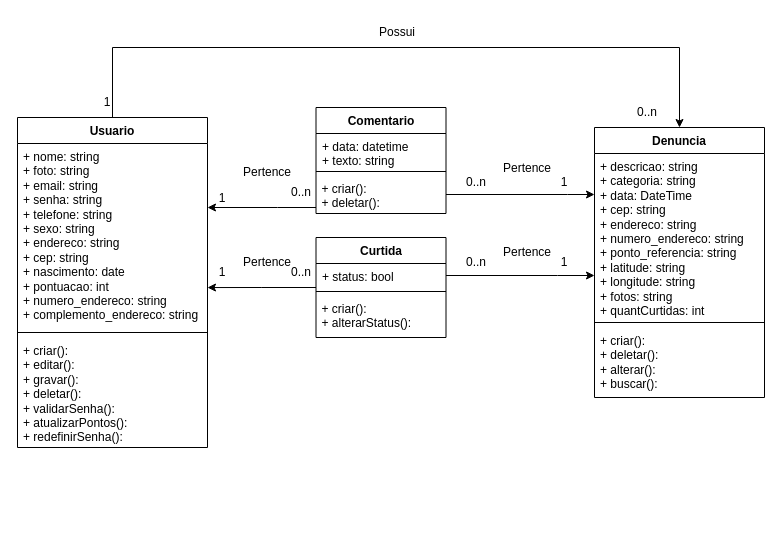
frsouzaa/Documentacao-TCC-NossaVia keeps this draw.io diagram as Documentação/Diagramas/Diagrama de Classes.drawio. Above is the earlier version. Source tidied: cells renumbered, new cells numbered last; positions are measured from the earlier drawing's top-left corner, leaving out a move shared by most shapes. Both pictures are drawn from the tidied source at 100%, with x=0, y=0 at pixel (17, 17).
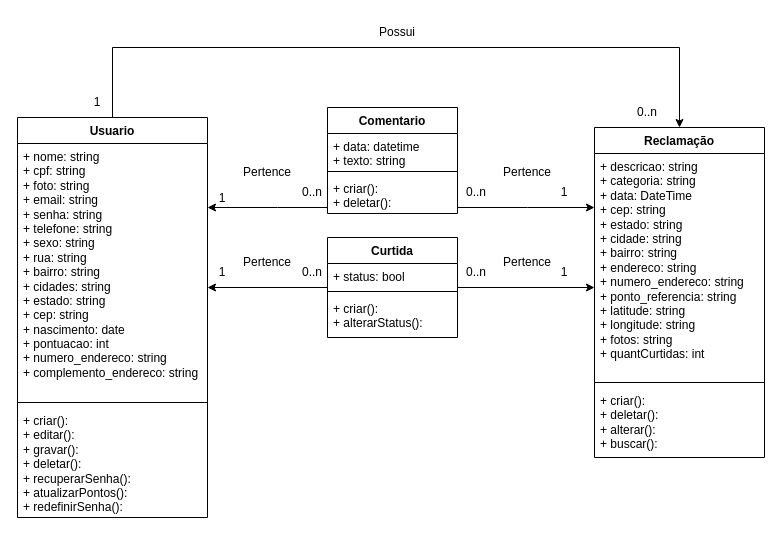
The same page after the edit.

Unchanged cells that the change refers to:
```xml
<mxCell id="13" value="+ criar():&#10;+ deletar(): " style="text;align=left;verticalAlign=top;spacingLeft=4;spacingRight=4;overflow=hidden;points=[[0,0.5],[1,0.5]];portConstraint=eastwest;" parent="10" vertex="1">
  <mxGeometry y="68" width="130" height="38" as="geometry" />
</mxCell>
<mxCell id="17" value="+ status: bool" style="text;strokeColor=none;fillColor=none;align=left;verticalAlign=top;spacingLeft=4;spacingRight=4;overflow=hidden;points=[[0,0.5],[1,0.5]];portConstraint=eastwest;whiteSpace=wrap;html=1;" parent="16" vertex="1">
  <mxGeometry y="26" width="130" height="24" as="geometry" />
</mxCell>
```

The edit, as a diff of the source:
```diff
@@
     <mxCell id="2" value="Usuario" style="swimlane;fontStyle=1;align=center;verticalAlign=top;horizontal=1;startSize=26;whiteSpace=wrap;html=1;" parent="1" vertex="1">
-      <mxGeometry y="100" width="190" height="330" as="geometry" />
+      <mxGeometry y="100" width="190" height="400" as="geometry" />
     </mxCell>
-    <mxCell id="3" value="&lt;span style=&quot;text-wrap: nowrap;&quot;&gt;+ nome: string&lt;/span&gt;&lt;br style=&quot;padding: 0px; margin: 0px; text-wrap: nowrap;&quot;&gt;&lt;span style=&quot;text-wrap: nowrap;&quot;&gt;+ foto: string&lt;/span&gt;&lt;br style=&quot;padding: 0px; margin: 0px; text-wrap: nowrap;&quot;&gt;&lt;span style=&quot;text-wrap: nowrap;&quot;&gt;+ email: string&lt;/span&gt;&lt;br style=&quot;padding: 0px; margin: 0px; text-wrap: nowrap;&quot;&gt;&lt;span style=&quot;text-wrap: nowrap;&quot;&gt;+ senha: string&lt;/span&gt;&lt;br style=&quot;padding: 0px; margin: 0px; text-wrap: nowrap;&quot;&gt;&lt;span style=&quot;text-wrap: nowrap;&quot;&gt;+ telefone: string&lt;/span&gt;&lt;br style=&quot;padding: 0px; margin: 0px; text-wrap: nowrap;&quot;&gt;&lt;span style=&quot;text-wrap: nowrap;&quot;&gt;+ sexo: string&lt;/span&gt;&lt;br style=&quot;padding: 0px; margin: 0px; text-wrap: nowrap;&quot;&gt;&lt;span style=&quot;text-wrap: nowrap;&quot;&gt;+ endereco: string&lt;/span&gt;&lt;br style=&quot;padding: 0px; margin: 0px; text-wrap: nowrap;&quot;&gt;&lt;span style=&quot;text-wrap: nowrap;&quot;&gt;+ cep: string&lt;/span&gt;&lt;br style=&quot;padding: 0px; margin: 0px; text-wrap: nowrap;&quot;&gt;&lt;span style=&quot;text-wrap: nowrap;&quot;&gt;+ nascimento: date&lt;/span&gt;&lt;br style=&quot;padding: 0px; margin: 0px; text-wrap: nowrap;&quot;&gt;&lt;span style=&quot;text-wrap: nowrap;&quot;&gt;+ pontuacao: int&lt;/span&gt;&lt;div&gt;&lt;span style=&quot;text-wrap: nowrap;&quot;&gt;+ numero_endereco: string&lt;/span&gt;&lt;span style=&quot;text-wrap: nowrap;&quot;&gt;&lt;br&gt;&lt;/span&gt;&lt;/div&gt;&lt;div&gt;&lt;span style=&quot;text-wrap: nowrap;&quot;&gt;+ complemento_endereco: string&lt;/span&gt;&lt;span style=&quot;text-wrap: nowrap;&quot;&gt;&lt;br&gt;&lt;/span&gt;&lt;/div&gt;" style="text;strokeColor=none;fillColor=none;align=left;verticalAlign=top;spacingLeft=4;spacingRight=4;overflow=hidden;points=[[0,0.5],[1,0.5]];portConstraint=eastwest;whiteSpace=wrap;html=1;" parent="2" vertex="1">
-      <mxGeometry y="26" width="190" height="184" as="geometry" />
+    <mxCell id="3" value="&lt;span style=&quot;text-wrap: nowrap;&quot;&gt;+ nome: string&lt;/span&gt;&lt;div&gt;+ cpf: string&lt;br style=&quot;padding: 0px; margin: 0px; text-wrap: nowrap;&quot;&gt;&lt;span style=&quot;text-wrap: nowrap;&quot;&gt;+ foto: string&lt;/span&gt;&lt;br style=&quot;padding: 0px; margin: 0px; text-wrap: nowrap;&quot;&gt;&lt;span style=&quot;text-wrap: nowrap;&quot;&gt;+ email: string&lt;/span&gt;&lt;br style=&quot;padding: 0px; margin: 0px; text-wrap: nowrap;&quot;&gt;&lt;span style=&quot;text-wrap: nowrap;&quot;&gt;+ senha: string&lt;/span&gt;&lt;br style=&quot;padding: 0px; margin: 0px; text-wrap: nowrap;&quot;&gt;&lt;span style=&quot;text-wrap: nowrap;&quot;&gt;+ telefone: string&lt;/span&gt;&lt;br style=&quot;padding: 0px; margin: 0px; text-wrap: nowrap;&quot;&gt;&lt;span style=&quot;text-wrap: nowrap;&quot;&gt;+ sexo: string&lt;/span&gt;&lt;br style=&quot;padding: 0px; margin: 0px; text-wrap: nowrap;&quot;&gt;&lt;span style=&quot;text-wrap: nowrap;&quot;&gt;+ rua: string&lt;/span&gt;&lt;/div&gt;&lt;div&gt;&lt;span style=&quot;text-wrap: nowrap;&quot;&gt;+ bairro: string&lt;/span&gt;&lt;/div&gt;&lt;div&gt;+ cidades: string&lt;/div&gt;&lt;div&gt;+ estado: string&lt;br style=&quot;padding: 0px; margin: 0px;&quot;&gt;&lt;span style=&quot;text-wrap: nowrap;&quot;&gt;+ cep: string&lt;/span&gt;&lt;br style=&quot;padding: 0px; margin: 0px; text-wrap: nowrap;&quot;&gt;&lt;span style=&quot;text-wrap: nowrap;&quot;&gt;+ nascimento: date&lt;/span&gt;&lt;br style=&quot;padding: 0px; margin: 0px; text-wrap: nowrap;&quot;&gt;&lt;span style=&quot;text-wrap: nowrap;&quot;&gt;+ pontuacao: int&lt;/span&gt;&lt;div&gt;&lt;span style=&quot;text-wrap: nowrap;&quot;&gt;+ numero_endereco: string&lt;/span&gt;&lt;span style=&quot;text-wrap: nowrap;&quot;&gt;&lt;br&gt;&lt;/span&gt;&lt;/div&gt;&lt;div&gt;&lt;span style=&quot;text-wrap: nowrap;&quot;&gt;+ complemento_endereco: string&lt;/span&gt;&lt;span style=&quot;text-wrap: nowrap;&quot;&gt;&lt;br&gt;&lt;/span&gt;&lt;/div&gt;&lt;/div&gt;" style="text;strokeColor=none;fillColor=none;align=left;verticalAlign=top;spacingLeft=4;spacingRight=4;overflow=hidden;points=[[0,0.5],[1,0.5]];portConstraint=eastwest;whiteSpace=wrap;html=1;" parent="2" vertex="1">
+      <mxGeometry y="26" width="190" height="254" as="geometry" />
     </mxCell>
     <mxCell id="4" style="line;strokeWidth=1;fillColor=none;align=left;verticalAlign=middle;spacingTop=-1;spacingLeft=3;spacingRight=3;labelPosition=right;strokeColor=inherit;" parent="2" vertex="1">
-      <mxGeometry y="210" width="190" height="10" as="geometry" />
+      <mxGeometry y="280" width="190" height="10" as="geometry" />
     </mxCell>
-    <mxCell id="5" value="&lt;span style=&quot;text-wrap: nowrap;&quot;&gt;+ criar():&lt;/span&gt;&lt;br style=&quot;padding: 0px; margin: 0px; text-wrap: nowrap;&quot;&gt;&lt;span style=&quot;text-wrap: nowrap;&quot;&gt;+ editar():&amp;nbsp;&lt;/span&gt;&lt;br style=&quot;padding: 0px; margin: 0px; text-wrap: nowrap;&quot;&gt;&lt;span style=&quot;text-wrap: nowrap;&quot;&gt;+ gravar():&lt;/span&gt;&lt;br style=&quot;padding: 0px; margin: 0px; text-wrap: nowrap;&quot;&gt;&lt;span style=&quot;text-wrap: nowrap;&quot;&gt;+ deletar():&amp;nbsp;&lt;/span&gt;&lt;br style=&quot;padding: 0px; margin: 0px; text-wrap: nowrap;&quot;&gt;&lt;span style=&quot;text-wrap: nowrap;&quot;&gt;+ validarSenha():&lt;/span&gt;&lt;br style=&quot;padding: 0px; margin: 0px; text-wrap: nowrap;&quot;&gt;&lt;span style=&quot;text-wrap: nowrap;&quot;&gt;+ atualizarPontos():&lt;/span&gt;&lt;br&gt;&lt;div&gt;&lt;span style=&quot;text-wrap: nowrap;&quot;&gt;+ redefinirSenha():&lt;/span&gt;&lt;span style=&quot;text-wrap: nowrap;&quot;&gt;&lt;br&gt;&lt;/span&gt;&lt;/div&gt;" style="text;strokeColor=none;fillColor=none;align=left;verticalAlign=top;spacingLeft=4;spacingRight=4;overflow=hidden;whiteSpace=wrap;html=1;" parent="2" vertex="1">
-      <mxGeometry y="220" width="190" height="110" as="geometry" />
+    <mxCell id="5" value="&lt;span style=&quot;text-wrap: nowrap;&quot;&gt;+ criar():&lt;/span&gt;&lt;br style=&quot;padding: 0px; margin: 0px; text-wrap: nowrap;&quot;&gt;&lt;span style=&quot;text-wrap: nowrap;&quot;&gt;+ editar():&amp;nbsp;&lt;/span&gt;&lt;br style=&quot;padding: 0px; margin: 0px; text-wrap: nowrap;&quot;&gt;&lt;span style=&quot;text-wrap: nowrap;&quot;&gt;+ gravar():&lt;/span&gt;&lt;br style=&quot;padding: 0px; margin: 0px; text-wrap: nowrap;&quot;&gt;&lt;span style=&quot;text-wrap: nowrap;&quot;&gt;+ deletar():&amp;nbsp;&lt;/span&gt;&lt;br style=&quot;padding: 0px; margin: 0px; text-wrap: nowrap;&quot;&gt;&lt;span style=&quot;text-wrap: nowrap;&quot;&gt;+ recuperarSenha():&lt;/span&gt;&lt;br style=&quot;padding: 0px; margin: 0px; text-wrap: nowrap;&quot;&gt;&lt;span style=&quot;text-wrap: nowrap;&quot;&gt;+ atualizarPontos():&lt;/span&gt;&lt;br&gt;&lt;div&gt;&lt;span style=&quot;text-wrap: nowrap;&quot;&gt;+ redefinirSenha():&lt;/span&gt;&lt;span style=&quot;text-wrap: nowrap;&quot;&gt;&lt;br&gt;&lt;/span&gt;&lt;/div&gt;" style="text;strokeColor=none;fillColor=none;align=left;verticalAlign=top;spacingLeft=4;spacingRight=4;overflow=hidden;whiteSpace=wrap;html=1;" parent="2" vertex="1">
+      <mxGeometry y="290" width="190" height="110" as="geometry" />
     </mxCell>
-    <mxCell id="6" value="Denuncia" style="swimlane;fontStyle=1;align=center;verticalAlign=top;horizontal=1;startSize=26;whiteSpace=wrap;html=1;" parent="1" vertex="1">
-      <mxGeometry x="577" y="110" width="170" height="270" as="geometry" />
+    <mxCell id="6" value="Reclamação" style="swimlane;fontStyle=1;align=center;verticalAlign=top;horizontal=1;startSize=26;whiteSpace=wrap;html=1;" parent="1" vertex="1">
+      <mxGeometry x="577" y="110" width="170" height="330" as="geometry" />
     </mxCell>
-    <mxCell id="7" value="&lt;div&gt;&lt;span style=&quot;text-wrap: nowrap;&quot;&gt;+ descricao: string&lt;/span&gt;&lt;br style=&quot;padding: 0px; margin: 0px; text-wrap: nowrap;&quot;&gt;&lt;span style=&quot;text-wrap: nowrap;&quot;&gt;+ categoria: string&lt;/span&gt;&lt;br style=&quot;padding: 0px; margin: 0px; text-wrap: nowrap;&quot;&gt;&lt;span style=&quot;text-wrap: nowrap;&quot;&gt;+ data: DateTime&lt;/span&gt;&lt;/div&gt;&lt;div&gt;+&amp;nbsp;&lt;span style=&quot;text-wrap: nowrap; background-color: initial;&quot;&gt;cep: string&lt;/span&gt;&lt;/div&gt;&lt;div&gt;&lt;span style=&quot;text-wrap: nowrap;&quot;&gt;+ endereco: string&lt;/span&gt;&lt;br style=&quot;text-wrap: nowrap;&quot;&gt;&lt;span style=&quot;text-wrap: nowrap;&quot;&gt;+ numero_endereco: string&lt;/span&gt;&lt;/div&gt;&lt;div&gt;&lt;span style=&quot;text-wrap: nowrap;&quot;&gt;+&amp;nbsp;&lt;/span&gt;&lt;span style=&quot;text-wrap: nowrap; background-color: initial;&quot;&gt;ponto_referencia: string&lt;/span&gt;&lt;br style=&quot;padding: 0px; margin: 0px; text-wrap: nowrap;&quot;&gt;&lt;span style=&quot;text-wrap: nowrap;&quot;&gt;+ latitude: string&lt;/span&gt;&lt;br style=&quot;padding: 0px; margin: 0px; text-wrap: nowrap;&quot;&gt;&lt;span style=&quot;text-wrap: nowrap;&quot;&gt;+ longitude: string&lt;/span&gt;&lt;br style=&quot;padding: 0px; margin: 0px; text-wrap: nowrap;&quot;&gt;&lt;span style=&quot;text-wrap: nowrap;&quot;&gt;+ fotos: string&lt;/span&gt;&lt;br style=&quot;padding: 0px; margin: 0px; text-wrap: nowrap;&quot;&gt;&lt;span style=&quot;text-wrap: nowrap;&quot;&gt;+ quantCurtidas: int&lt;/span&gt;&lt;br&gt;&lt;/div&gt;" style="text;strokeColor=none;fillColor=none;align=left;verticalAlign=top;spacingLeft=4;spacingRight=4;overflow=hidden;whiteSpace=wrap;html=1;" parent="6" vertex="1">
-      <mxGeometry y="26" width="170" height="164" as="geometry" />
+    <mxCell id="7" value="&lt;div&gt;&lt;span style=&quot;text-wrap: nowrap;&quot;&gt;+ descricao: string&lt;/span&gt;&lt;br style=&quot;padding: 0px; margin: 0px; text-wrap: nowrap;&quot;&gt;&lt;span style=&quot;text-wrap: nowrap;&quot;&gt;+ categoria: string&lt;/span&gt;&lt;br style=&quot;padding: 0px; margin: 0px; text-wrap: nowrap;&quot;&gt;&lt;span style=&quot;text-wrap: nowrap;&quot;&gt;+ data: DateTime&lt;/span&gt;&lt;/div&gt;&lt;div&gt;+&amp;nbsp;&lt;span style=&quot;text-wrap: nowrap; background-color: initial;&quot;&gt;cep: string&lt;/span&gt;&lt;/div&gt;&lt;div&gt;&lt;span style=&quot;text-wrap: nowrap; background-color: initial;&quot;&gt;+ estado: string&lt;/span&gt;&lt;/div&gt;&lt;div&gt;&lt;span style=&quot;text-wrap: nowrap; background-color: initial;&quot;&gt;+ cidade: string&lt;/span&gt;&lt;/div&gt;&lt;div&gt;&lt;span style=&quot;text-wrap: nowrap; background-color: initial;&quot;&gt;+ bairro: string&lt;/span&gt;&lt;/div&gt;&lt;div&gt;&lt;span style=&quot;text-wrap: nowrap;&quot;&gt;+ endereco: string&lt;/span&gt;&lt;br style=&quot;text-wrap: nowrap;&quot;&gt;&lt;span style=&quot;text-wrap: nowrap;&quot;&gt;+ numero_endereco: string&lt;/span&gt;&lt;/div&gt;&lt;div&gt;&lt;span style=&quot;text-wrap: nowrap;&quot;&gt;+&amp;nbsp;&lt;/span&gt;&lt;span style=&quot;text-wrap: nowrap; background-color: initial;&quot;&gt;ponto_referencia: string&lt;/span&gt;&lt;br style=&quot;padding: 0px; margin: 0px; text-wrap: nowrap;&quot;&gt;&lt;span style=&quot;text-wrap: nowrap;&quot;&gt;+ latitude: string&lt;/span&gt;&lt;br style=&quot;padding: 0px; margin: 0px; text-wrap: nowrap;&quot;&gt;&lt;span style=&quot;text-wrap: nowrap;&quot;&gt;+ longitude: string&lt;/span&gt;&lt;br style=&quot;padding: 0px; margin: 0px; text-wrap: nowrap;&quot;&gt;&lt;span style=&quot;text-wrap: nowrap;&quot;&gt;+ fotos: string&lt;/span&gt;&lt;br style=&quot;padding: 0px; margin: 0px; text-wrap: nowrap;&quot;&gt;&lt;span style=&quot;text-wrap: nowrap;&quot;&gt;+ quantCurtidas: int&lt;/span&gt;&lt;br&gt;&lt;/div&gt;" style="text;strokeColor=none;fillColor=none;align=left;verticalAlign=top;spacingLeft=4;spacingRight=4;overflow=hidden;whiteSpace=wrap;html=1;" parent="6" vertex="1">
+      <mxGeometry y="26" width="170" height="224" as="geometry" />
     </mxCell>
     <mxCell id="8" style="line;strokeWidth=1;fillColor=none;align=left;verticalAlign=middle;spacingTop=-1;spacingLeft=3;spacingRight=3;labelPosition=right;strokeColor=inherit;" parent="6" vertex="1">
-      <mxGeometry y="190" width="170" height="10" as="geometry" />
+      <mxGeometry y="250" width="170" height="10" as="geometry" />
     </mxCell>
     <mxCell id="9" value="+ criar():&amp;nbsp;&lt;br style=&quot;padding: 0px; margin: 0px;&quot;&gt;&lt;span style=&quot;&quot;&gt;+ deletar():&amp;nbsp;&lt;/span&gt;&lt;br style=&quot;padding: 0px; margin: 0px;&quot;&gt;+ alterar():&lt;br&gt;+ buscar():&lt;span style=&quot;&quot;&gt;&amp;nbsp;&lt;/span&gt;&lt;br style=&quot;padding: 0px; margin: 0px;&quot;&gt;" style="text;strokeColor=none;fillColor=none;align=left;verticalAlign=top;spacingLeft=4;spacingRight=4;overflow=hidden;whiteSpace=wrap;html=1;" parent="6" vertex="1">
-      <mxGeometry y="200" width="170" height="70" as="geometry" />
+      <mxGeometry y="260" width="170" height="70" as="geometry" />
     </mxCell>
     <mxCell id="10" value="Comentario" style="swimlane;fontStyle=1;align=center;verticalAlign=top;horizontal=1;startSize=26;whiteSpace=wrap;html=1;" parent="1" vertex="1">
-      <mxGeometry x="298.5" y="90" width="130" height="106" as="geometry" />
+      <mxGeometry x="310" y="90" width="130" height="106" as="geometry" />
     </mxCell>
@@
     <mxCell id="14" value="1" style="text;html=1;align=center;verticalAlign=middle;whiteSpace=wrap;rounded=0;" parent="1" vertex="1">
-      <mxGeometry x="517" y="150" width="60" height="30" as="geometry" />
+      <mxGeometry x="517" y="160" width="60" height="30" as="geometry" />
     </mxCell>
     <mxCell id="15" value="0..n" style="text;html=1;align=center;verticalAlign=middle;whiteSpace=wrap;rounded=0;" parent="1" vertex="1">
-      <mxGeometry x="428.5" y="150" width="60" height="30" as="geometry" />
+      <mxGeometry x="428.5" y="160" width="60" height="30" as="geometry" />
     </mxCell>
     <mxCell id="16" value="Curtida" style="swimlane;fontStyle=1;align=center;verticalAlign=top;horizontal=1;startSize=26;whiteSpace=wrap;html=1;" parent="1" vertex="1">
-      <mxGeometry x="298.5" y="220" width="130" height="100" as="geometry" />
+      <mxGeometry x="310" y="220" width="130" height="100" as="geometry" />
     </mxCell>
@@
     <mxCell id="20" value="1" style="text;html=1;align=center;verticalAlign=middle;whiteSpace=wrap;rounded=0;" parent="1" vertex="1">
-      <mxGeometry x="517" y="230" width="60" height="30" as="geometry" />
+      <mxGeometry x="517" y="240" width="60" height="30" as="geometry" />
     </mxCell>
     <mxCell id="21" value="0..n" style="text;html=1;align=center;verticalAlign=middle;whiteSpace=wrap;rounded=0;" parent="1" vertex="1">
-      <mxGeometry x="268.5" y="160" width="30" height="30" as="geometry" />
+      <mxGeometry x="280" y="160" width="30" height="30" as="geometry" />
     </mxCell>
@@
     <mxCell id="23" value="0..n" style="text;html=1;align=center;verticalAlign=middle;whiteSpace=wrap;rounded=0;" parent="1" vertex="1">
-      <mxGeometry x="428.5" y="230" width="60" height="30" as="geometry" />
+      <mxGeometry x="428.5" y="240" width="60" height="30" as="geometry" />
     </mxCell>
     <mxCell id="24" value="0..n" style="text;html=1;align=center;verticalAlign=middle;whiteSpace=wrap;rounded=0;" parent="1" vertex="1">
-      <mxGeometry x="272.8" y="240" width="21.5" height="30" as="geometry" />
+      <mxGeometry x="284.2" y="240" width="21.5" height="30" as="geometry" />
     </mxCell>
@@
     <mxCell id="27" value="1" style="text;html=1;align=center;verticalAlign=middle;whiteSpace=wrap;rounded=0;" parent="1" vertex="1">
-      <mxGeometry x="60" y="70" width="60" height="30" as="geometry" />
+      <mxGeometry x="50" y="70" width="60" height="30" as="geometry" />
     </mxCell>
@@
     <mxCell id="32" value="Pertence" style="text;html=1;align=center;verticalAlign=middle;whiteSpace=wrap;rounded=0;" parent="1" vertex="1">
-      <mxGeometry x="480" y="136" width="60" height="30" as="geometry" />
+      <mxGeometry x="480" y="140" width="60" height="30" as="geometry" />
     </mxCell>
     <mxCell id="33" value="Pertence" style="text;html=1;align=center;verticalAlign=middle;whiteSpace=wrap;rounded=0;" parent="1" vertex="1">
-      <mxGeometry x="480" y="220" width="60" height="30" as="geometry" />
+      <mxGeometry x="480" y="230" width="60" height="30" as="geometry" />
     </mxCell>
-    <mxCell id="34" style="edgeStyle=orthogonalEdgeStyle;rounded=0;jettySize=auto;html=1;exitX=1;exitY=0.5;exitDx=0;exitDy=0;" parent="1" edge="1" source="17" target="6">
+    <mxCell id="34" style="edgeStyle=orthogonalEdgeStyle;rounded=0;jettySize=auto;html=1;" parent="1" edge="1" target="6">
       <mxGeometry relative="1" as="geometry">
+        <mxPoint x="440" y="270" as="sourcePoint" />
         <Array as="points">
-          <mxPoint x="540" y="258" />
-          <mxPoint x="540" y="258" />
+          <mxPoint x="440" y="270" />
         </Array>
       </mxGeometry>
     </mxCell>
     <mxCell id="35" style="edgeStyle=orthogonalEdgeStyle;rounded=0;jettySize=auto;html=1;endArrow=classic;endFill=1;" parent="1" edge="1" source="13" target="6">
       <mxGeometry relative="1" as="geometry">
         <Array as="points">
-          <mxPoint x="550" y="177" />
-          <mxPoint x="550" y="177" />
+          <mxPoint x="510" y="190" />
+          <mxPoint x="510" y="190" />
         </Array>
       </mxGeometry>
     </mxCell>
-    <mxCell id="36" style="edgeStyle=orthogonalEdgeStyle;rounded=0;jettySize=auto;html=1;entryX=1;entryY=0.783;entryDx=0;entryDy=0;entryPerimeter=0;" parent="1" edge="1" source="16" target="3">
-      <mxGeometry relative="1" as="geometry" />
+    <mxCell id="36" style="edgeStyle=orthogonalEdgeStyle;rounded=0;jettySize=auto;html=1;" parent="1" edge="1" source="16">
+      <mxGeometry relative="1" as="geometry">
+        <mxPoint x="190" y="270" as="targetPoint" />
+        <Array as="points">
+          <mxPoint x="190" y="270" />
+        </Array>
+      </mxGeometry>
     </mxCell>
```
